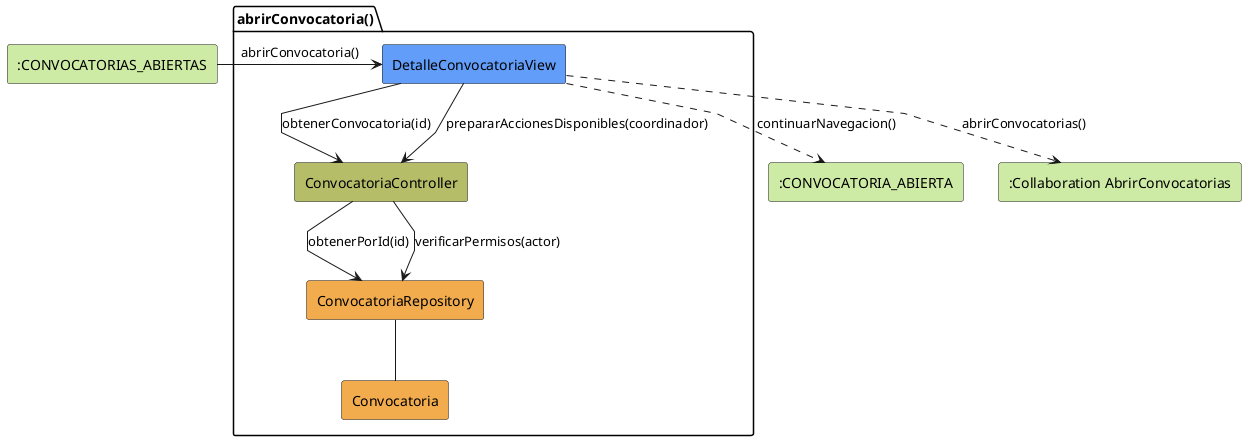
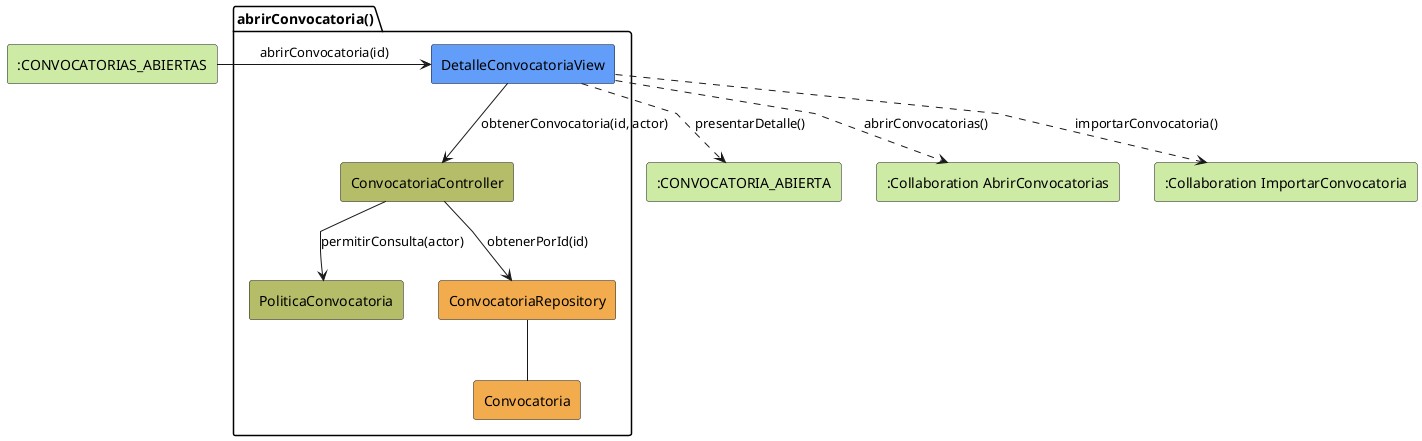
@startuml abrirConvocatoria-analisis
skinparam linetype polyline

- rectangle #CDEBA5 ":CONVOCATORIAS_ABIERTAS" as EstadoEntrada
+ rectangle #CDEBA5 ":CONVOCATORIAS_ABIERTAS" as Entrada
package abrirConvocatoria as "abrirConvocatoria()" {
    rectangle #629EF9 DetalleConvocatoriaView
    rectangle #b5bd68 ConvocatoriaController
+     rectangle #b5bd68 PoliticaConvocatoria
    rectangle #F2AC4E ConvocatoriaRepository
    rectangle #F2AC4E Convocatoria
}
+ rectangle #CDEBA5 ":CONVOCATORIA_ABIERTA" as Salida
+ rectangle #CDEBA5 ":Collaboration AbrirConvocatorias" as AbrirConvocatorias
+ rectangle #CDEBA5 ":Collaboration ImportarConvocatoria" as ImportarConvocatoria

- rectangle #CDEBA5 ":CONVOCATORIA_ABIERTA" as EstadoSalida
- rectangle #CDEBA5 ":Collaboration AbrirConvocatorias" as AbrirConvocatorias
- 
- EstadoEntrada -r-> DetalleConvocatoriaView: abrirConvocatoria()
- 
- DetalleConvocatoriaView -d-> ConvocatoriaController: obtenerConvocatoria(id)
- DetalleConvocatoriaView --> ConvocatoriaController: prepararAccionesDisponibles(coordinador)
+ Entrada -r-> DetalleConvocatoriaView: abrirConvocatoria(id)
+ DetalleConvocatoriaView -d-> ConvocatoriaController: obtenerConvocatoria(id, actor)
+ ConvocatoriaController --> PoliticaConvocatoria: permitirConsulta(actor)
ConvocatoriaController --> ConvocatoriaRepository: obtenerPorId(id)
- ConvocatoriaController --> ConvocatoriaRepository: verificarPermisos(actor)
ConvocatoriaRepository -- Convocatoria
- DetalleConvocatoriaView ..> EstadoSalida: continuarNavegacion()
+ DetalleConvocatoriaView ..> Salida: presentarDetalle()
DetalleConvocatoriaView ..> AbrirConvocatorias: abrirConvocatorias()
- 
+ DetalleConvocatoriaView ..> ImportarConvocatoria: importarConvocatoria()
@enduml
